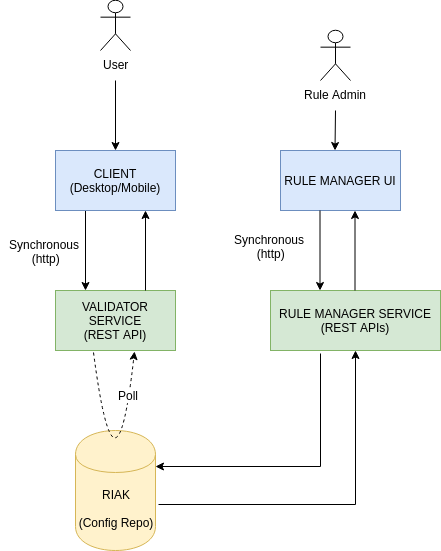
Above: With kv store.png in rajkumar90/intuit-craft (draw.io), before the change. Source tidied: cells renumbered, new cells last; positions are measured from the earlier drawing's top-left corner, leaving out a move shared by most shapes. Its diagram source:
```xml
<mxGraphModel>
  <root>
    <mxCell id="0" />
    <mxCell id="1" parent="0" />
    <mxCell id="2" style="edgeStyle=orthogonalEdgeStyle;rounded=0;jettySize=auto;html=1;exitX=0.25;exitY=1;exitDx=0;exitDy=0;entryX=0.25;entryY=0;entryDx=0;entryDy=0;" parent="1" edge="1" source="3" target="4">
      <mxGeometry relative="1" as="geometry" />
    </mxCell>
    <mxCell id="3" value="CLIENT (Desktop/Mobile)" style="rounded=0;whiteSpace=wrap;html=1;fillColor=#dae8fc;strokeColor=#6c8ebf;" parent="1" vertex="1">
      <mxGeometry x="55" y="150" width="120" height="60" as="geometry" />
    </mxCell>
    <mxCell id="4" value="VALIDATOR SERVICE&lt;br&gt;(REST API)" style="rounded=0;whiteSpace=wrap;html=1;fillColor=#d5e8d4;strokeColor=#82b366;" parent="1" vertex="1">
      <mxGeometry x="55" y="290" width="120" height="60" as="geometry" />
    </mxCell>
    <mxCell id="5" value="RIAK&lt;br&gt;&lt;br&gt;(Config Repo)" style="shape=cylinder;whiteSpace=wrap;html=1;boundedLbl=1;backgroundOutline=1;rounded=0;fillColor=#fff2cc;strokeColor=#d6b656;" parent="1" vertex="1">
      <mxGeometry x="75" y="430" width="80" height="120" as="geometry" />
    </mxCell>
    <mxCell id="6" style="endArrow=classic;html=1;exitX=0.75;exitY=0;exitDx=0;exitDy=0;entryX=0.75;entryY=1;entryDx=0;entryDy=0;" parent="1" edge="1" source="4" target="3">
      <mxGeometry relative="1" as="geometry" />
    </mxCell>
    <mxCell id="7" style="edgeStyle=orthogonalEdgeStyle;rounded=0;jettySize=auto;html=1;" parent="1" edge="1" target="3">
      <mxGeometry relative="1" as="geometry">
        <mxPoint x="115" y="80" as="sourcePoint" />
      </mxGeometry>
    </mxCell>
    <mxCell id="8" value="User&lt;br&gt;" style="shape=umlActor;verticalLabelPosition=bottom;labelBackgroundColor=#ffffff;verticalAlign=top;html=1;" parent="1" vertex="1">
      <mxGeometry x="100" width="30" height="50" as="geometry" />
    </mxCell>
    <mxCell id="9" style="endArrow=classic;html=1;entryX=0.658;entryY=1.017;entryDx=0;entryDy=0;exitX=0.317;exitY=1.033;exitDx=0;exitDy=0;exitPerimeter=0;entryPerimeter=0;curved=1;dashed=1;arcSize=20;" parent="1" edge="1" source="4" target="4">
      <mxGeometry relative="1" as="geometry">
        <Array as="points">
          <mxPoint x="115" y="520" />
        </Array>
      </mxGeometry>
    </mxCell>
    <mxCell id="10" value="Poll" style="text;html=1;align=center;verticalAlign=middle;labelBackgroundColor=#ffffff;" parent="9" vertex="1">
      <mxGeometry x="-0.72" y="29" relative="1" as="geometry" />
    </mxCell>
    <mxCell id="11" value="RULE MANAGER SERVICE&lt;br&gt;(REST APIs)" style="rounded=0;whiteSpace=wrap;html=1;fillColor=#d5e8d4;strokeColor=#82b366;" parent="1" vertex="1">
      <mxGeometry x="270" y="290" width="170" height="60" as="geometry" />
    </mxCell>
    <mxCell id="12" style="edgeStyle=segmentEdgeStyle;endArrow=none;html=1;startArrow=classic;startFill=1;endFill=0;exitX=1;exitY=0.3;exitDx=0;exitDy=0;rounded=0;entryX=0.294;entryY=1.05;entryDx=0;entryDy=0;entryPerimeter=0;" parent="1" edge="1" source="5" target="11">
      <mxGeometry relative="1" as="geometry" />
    </mxCell>
    <mxCell id="13" style="edgeStyle=segmentEdgeStyle;endArrow=classic;html=1;startArrow=none;startFill=0;endFill=1;exitX=1.038;exitY=0.617;exitDx=0;exitDy=0;rounded=0;exitPerimeter=0;" parent="1" edge="1" source="5" target="11">
      <mxGeometry relative="1" as="geometry" />
    </mxCell>
    <mxCell id="14" value="RULE MANAGER UI" style="rounded=0;whiteSpace=wrap;html=1;fillColor=#dae8fc;strokeColor=#6c8ebf;" parent="1" vertex="1">
      <mxGeometry x="280" y="150" width="120" height="60" as="geometry" />
    </mxCell>
    <mxCell id="15" value="Rule Admin" style="shape=umlActor;verticalLabelPosition=bottom;labelBackgroundColor=#ffffff;verticalAlign=top;html=1;" parent="1" vertex="1">
      <mxGeometry x="320" y="30" width="30" height="50" as="geometry" />
    </mxCell>
    <mxCell id="16" style="endArrow=classic;html=1;exitX=0.75;exitY=0;exitDx=0;exitDy=0;entryX=0.75;entryY=1;entryDx=0;entryDy=0;" parent="1" edge="1">
      <mxGeometry relative="1" as="geometry">
        <mxPoint x="354.5" y="290" as="sourcePoint" />
        <mxPoint x="354.5" y="210" as="targetPoint" />
      </mxGeometry>
    </mxCell>
    <mxCell id="17" style="endArrow=none;html=1;exitX=0.75;exitY=0;exitDx=0;exitDy=0;entryX=0.75;entryY=1;entryDx=0;entryDy=0;startArrow=classic;startFill=1;endFill=0;" parent="1" edge="1">
      <mxGeometry relative="1" as="geometry">
        <mxPoint x="319.5" y="290" as="sourcePoint" />
        <mxPoint x="319.5" y="210" as="targetPoint" />
      </mxGeometry>
    </mxCell>
    <mxCell id="18" style="endArrow=none;html=1;exitX=0.75;exitY=0;exitDx=0;exitDy=0;startArrow=classic;startFill=1;endFill=0;" parent="1" edge="1">
      <mxGeometry relative="1" as="geometry">
        <mxPoint x="334.5" y="150" as="sourcePoint" />
        <mxPoint x="335" y="110" as="targetPoint" />
      </mxGeometry>
    </mxCell>
    <mxCell id="19" value="Synchronous &lt;br&gt;(http)" style="text;html=1;align=center;verticalAlign=top;spacingTop=-4;" parent="1" vertex="1">
      <mxGeometry y="235" width="90" height="30" as="geometry" />
    </mxCell>
    <mxCell id="20" value="Synchronous &lt;br&gt;(http)" style="text;html=1;align=center;verticalAlign=top;spacingTop=-4;" parent="1" vertex="1">
      <mxGeometry x="225" y="230" width="90" height="30" as="geometry" />
    </mxCell>
  </root>
</mxGraphModel>
```
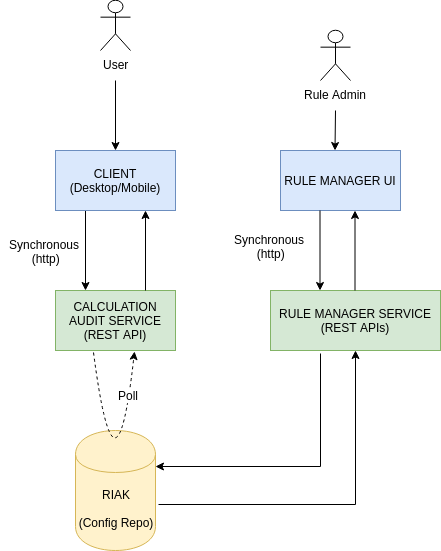
Later version of the same file.

The edit, as a diff of the source:
```diff
@@ -8,7 +8,7 @@
     <mxCell id="3" value="CLIENT (Desktop/Mobile)" style="rounded=0;whiteSpace=wrap;html=1;fillColor=#dae8fc;strokeColor=#6c8ebf;" parent="1" vertex="1">
       <mxGeometry x="55" y="150" width="120" height="60" as="geometry" />
     </mxCell>
-    <mxCell id="4" value="VALIDATOR SERVICE&lt;br&gt;(REST API)" style="rounded=0;whiteSpace=wrap;html=1;fillColor=#d5e8d4;strokeColor=#82b366;" parent="1" vertex="1">
+    <mxCell id="4" value="CALCULATION AUDIT SERVICE&lt;br&gt;(REST API)" style="rounded=0;whiteSpace=wrap;html=1;fillColor=#d5e8d4;strokeColor=#82b366;" parent="1" vertex="1">
       <mxGeometry x="55" y="290" width="120" height="60" as="geometry" />
     </mxCell>
     <mxCell id="5" value="RIAK&lt;br&gt;&lt;br&gt;(Config Repo)" style="shape=cylinder;whiteSpace=wrap;html=1;boundedLbl=1;backgroundOutline=1;rounded=0;fillColor=#fff2cc;strokeColor=#d6b656;" parent="1" vertex="1">
```
